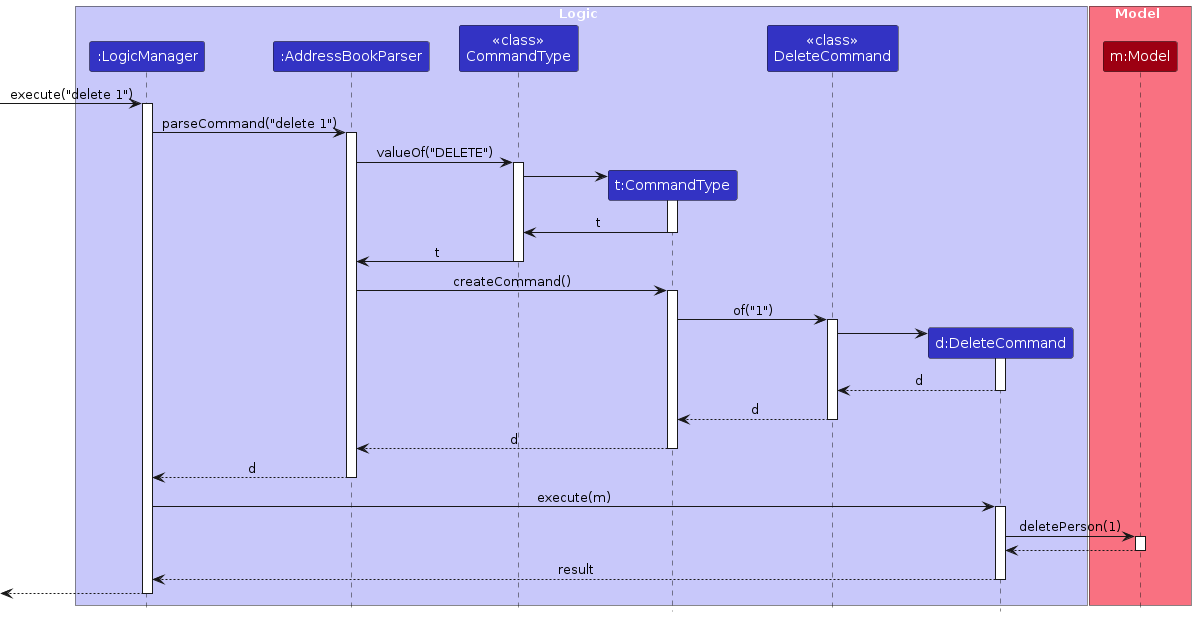
The PlantUML diagram diagrams/DeleteSequenceDiagram.png in AY2324S2-CS2103T-W12-3/tp, before a commit. Its source is kept beside it as diagrams/DeleteSequenceDiagram.puml.
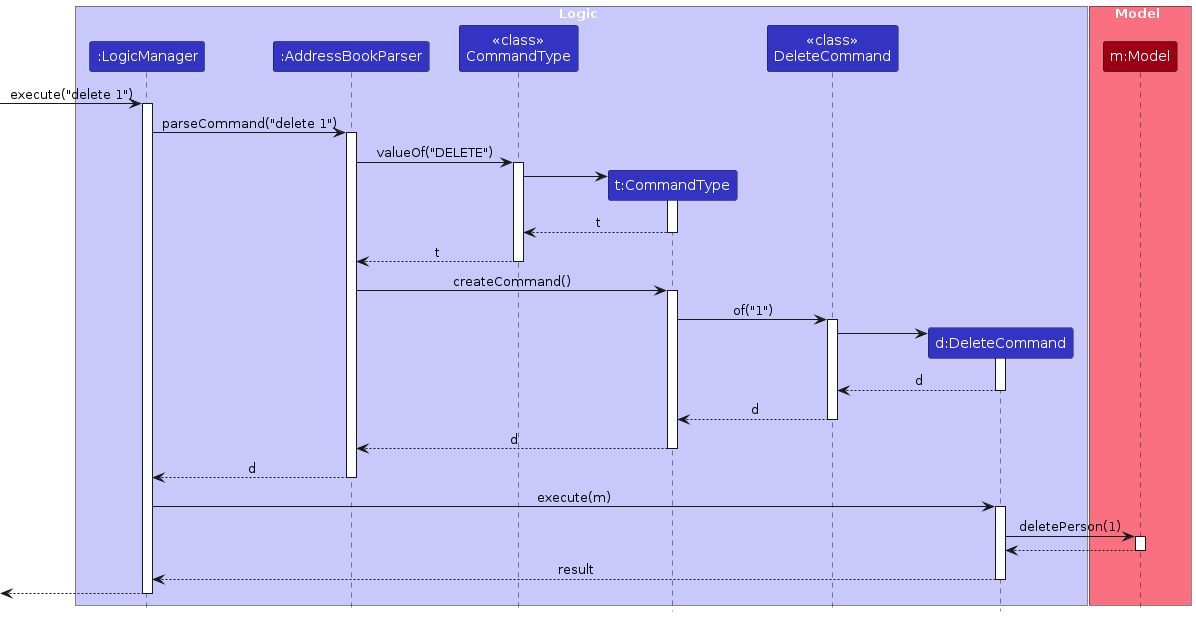
The same file after the commit.

Diff of the diagram source:
```diff
@@ -28,10 +28,10 @@
 CommandTypeClass -> CommandType
 activate CommandType
 
-CommandType -> CommandTypeClass : t
+CommandType --> CommandTypeClass : t
 deactivate CommandType
 
-CommandTypeClass -> AddressBookParser : t
+CommandTypeClass --> AddressBookParser : t
 deactivate CommandTypeClass
 
 AddressBookParser -> CommandType : createCommand()
```
